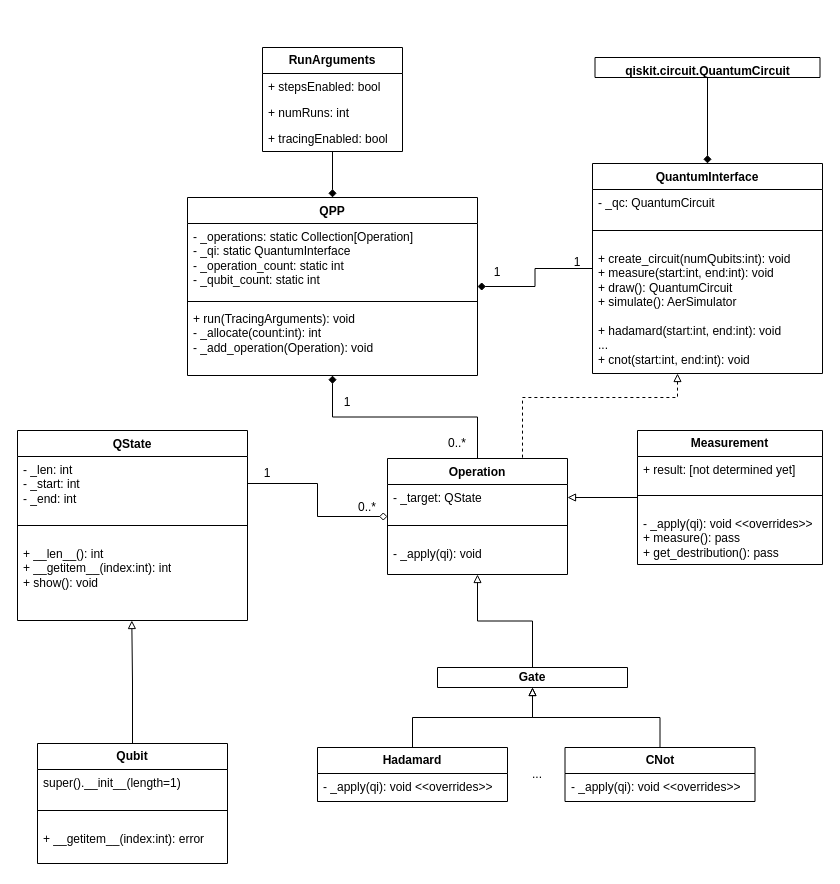
This is uml.drawio from LejoLevan/qleap, a draw.io file, before an edit. Source tidied: cells renumbered, new cells numbered last; positions are measured from the earlier drawing's top-left corner, leaving out a move shared by most shapes. Both pictures are drawn from the tidied source at 100%, with x=0, y=0 at pixel (17, 47).
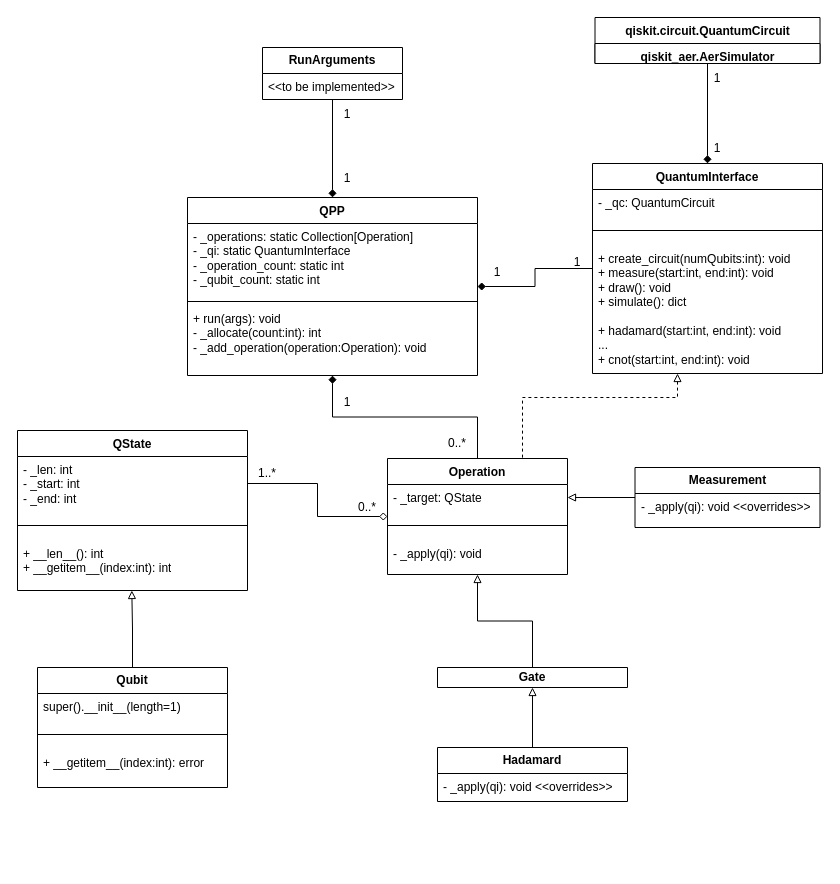
After the change.

Commit message:
adapted uml to match latest running code

Unchanged cells that the change refers to:
```xml
<mxCell id="18" value="QPP" style="swimlane;fontStyle=1;align=center;verticalAlign=top;horizontal=1;startSize=26;whiteSpace=wrap;html=1;" parent="1" vertex="1">
  <mxGeometry x="170" y="150" width="290" height="178" as="geometry" />
</mxCell>
<mxCell id="35" value="QuantumInterface" style="swimlane;fontStyle=1;align=center;verticalAlign=top;horizontal=1;startSize=26;whiteSpace=wrap;html=1;" parent="1" vertex="1">
  <mxGeometry x="575" y="116" width="230" height="210" as="geometry" />
</mxCell>
<mxCell id="44" value="&lt;b&gt;Gate&lt;/b&gt;" style="swimlane;fontStyle=0;horizontal=1;startSize=26;fillColor=none;whiteSpace=wrap;html=1;" parent="1" vertex="1">
  <mxGeometry x="420" y="620" width="190" height="20" as="geometry" />
</mxCell>
```

What changed in the source:
```diff
@@
     <mxCell id="2" value="QState" style="swimlane;fontStyle=1;align=center;verticalAlign=top;horizontal=1;startSize=26;whiteSpace=wrap;html=1;" parent="1" vertex="1">
-      <mxGeometry y="383" width="230" height="190" as="geometry" />
+      <mxGeometry y="383" width="230" height="160" as="geometry" />
     </mxCell>
@@
-    <mxCell id="5" value="&lt;div&gt;+ __len__(): int&lt;/div&gt;&lt;div&gt;+ __getitem__(index:int): int&lt;/div&gt;&lt;div&gt;+ show(): void&lt;/div&gt;" style="text;strokeColor=none;fillColor=none;align=left;verticalAlign=top;spacingLeft=4;spacingRight=4;overflow=hidden;points=[[0,0.5],[1,0.5]];portConstraint=eastwest;whiteSpace=wrap;html=1;" parent="2" vertex="1">
-      <mxGeometry y="110" width="230" height="80" as="geometry" />
+    <mxCell id="5" value="&lt;div&gt;+ __len__(): int&lt;/div&gt;&lt;div&gt;+ __getitem__(index:int): int&lt;/div&gt;" style="text;strokeColor=none;fillColor=none;align=left;verticalAlign=top;spacingLeft=4;spacingRight=4;overflow=hidden;points=[[0,0.5],[1,0.5]];portConstraint=eastwest;whiteSpace=wrap;html=1;" parent="2" vertex="1">
+      <mxGeometry y="110" width="230" height="50" as="geometry" />
     </mxCell>
@@
     <mxCell id="12" value="&lt;b&gt;Qubit&lt;/b&gt;" style="swimlane;fontStyle=0;horizontal=1;startSize=26;fillColor=none;whiteSpace=wrap;html=1;" parent="1" vertex="1">
-      <mxGeometry x="20" y="696" width="190" height="120" as="geometry" />
+      <mxGeometry x="20" y="620" width="190" height="120" as="geometry" />
     </mxCell>
@@
-    <mxCell id="21" value="+ run(TracingArguments): void&lt;div&gt;- _allocate(count:int): int&lt;/div&gt;&lt;div&gt;-&amp;nbsp;_add_operation(Operation): void&lt;/div&gt;" style="text;strokeColor=none;fillColor=none;align=left;verticalAlign=top;spacingLeft=4;spacingRight=4;overflow=hidden;whiteSpace=wrap;html=1;" parent="18" vertex="1">
+    <mxCell id="21" value="+ run(args): void&lt;div&gt;- _allocate(count:int): int&lt;/div&gt;&lt;div&gt;-&amp;nbsp;_add_operation(operation:Operation): void&lt;/div&gt;" style="text;strokeColor=none;fillColor=none;align=left;verticalAlign=top;spacingLeft=4;spacingRight=4;overflow=hidden;whiteSpace=wrap;html=1;" parent="18" vertex="1">
       <mxGeometry y="108" width="290" height="70" as="geometry" />
     </mxCell>
-    <mxCell id="22" value="&lt;b&gt;CNot&lt;/b&gt;" style="swimlane;fontStyle=0;horizontal=1;startSize=26;fillColor=none;whiteSpace=wrap;html=1;" parent="1" vertex="1">
-      <mxGeometry x="547.5" y="700" width="190" height="54" as="geometry" />
-    </mxCell>
-    <mxCell id="23" value="- _apply(qi): void &amp;lt;&amp;lt;overrides&amp;gt;&amp;gt;" style="text;strokeColor=none;fillColor=none;align=left;verticalAlign=top;spacingLeft=4;spacingRight=4;overflow=hidden;whiteSpace=wrap;html=1;" parent="22" vertex="1">
-      <mxGeometry y="26" width="190" height="28" as="geometry" />
-    </mxCell>
@@
     <mxCell id="25" value="&lt;b&gt;RunArguments&lt;/b&gt;" style="swimlane;fontStyle=0;horizontal=1;startSize=26;fillColor=none;whiteSpace=wrap;html=1;" parent="1" vertex="1">
-      <mxGeometry x="245" width="140" height="104" as="geometry" />
+      <mxGeometry x="245" width="140" height="52" as="geometry" />
     </mxCell>
-    <mxCell id="26" value="+ stepsEnabled: bool" style="text;strokeColor=none;fillColor=none;align=left;verticalAlign=top;spacingLeft=4;spacingRight=4;overflow=hidden;whiteSpace=wrap;html=1;" parent="25" vertex="1">
+    <mxCell id="26" value="&amp;lt;&amp;lt;to be implemented&amp;gt;&amp;gt;" style="text;strokeColor=none;fillColor=none;align=left;verticalAlign=top;spacingLeft=4;spacingRight=4;overflow=hidden;whiteSpace=wrap;html=1;" parent="25" vertex="1">
       <mxGeometry y="26" width="140" height="26" as="geometry" />
     </mxCell>
-    <mxCell id="27" value="+ numRuns: int" style="text;strokeColor=none;fillColor=none;align=left;verticalAlign=top;spacingLeft=4;spacingRight=4;overflow=hidden;whiteSpace=wrap;html=1;" parent="25" vertex="1">
-      <mxGeometry y="52" width="140" height="26" as="geometry" />
-    </mxCell>
-    <mxCell id="28" value="+ tracingEnabled: bool" style="text;strokeColor=none;fillColor=none;align=left;verticalAlign=top;spacingLeft=4;spacingRight=4;overflow=hidden;whiteSpace=wrap;html=1;" parent="25" vertex="1">
-      <mxGeometry y="78" width="140" height="26" as="geometry" />
-    </mxCell>
@@
     <mxCell id="30" value="&lt;b&gt;Measurement&lt;/b&gt;" style="swimlane;fontStyle=0;horizontal=1;startSize=26;fillColor=none;whiteSpace=wrap;html=1;" parent="1" vertex="1">
-      <mxGeometry x="620" y="383" width="185" height="134" as="geometry" />
+      <mxGeometry x="617.5" y="420" width="185" height="60" as="geometry" />
     </mxCell>
-    <mxCell id="31" value="+ result: [not determined yet]" style="text;strokeColor=none;fillColor=none;align=left;verticalAlign=top;spacingLeft=4;spacingRight=4;overflow=hidden;whiteSpace=wrap;html=1;" parent="30" vertex="1">
-      <mxGeometry y="26" width="185" height="24" as="geometry" />
-    </mxCell>
-    <mxCell id="32" style="line;strokeWidth=1;fillColor=none;align=left;verticalAlign=middle;spacingTop=-1;spacingLeft=3;spacingRight=3;labelPosition=right;strokeColor=inherit;" parent="30" vertex="1">
-      <mxGeometry y="50" width="185" height="30" as="geometry" />
-    </mxCell>
-    <mxCell id="33" value="- _apply(qi): void &amp;lt;&amp;lt;overrides&amp;gt;&amp;gt;&lt;div&gt;+ measure(): pass&lt;/div&gt;&lt;div&gt;+ get_destribution(): pass&lt;/div&gt;" style="text;strokeColor=none;fillColor=none;align=left;verticalAlign=top;spacingLeft=4;spacingRight=4;overflow=hidden;whiteSpace=wrap;html=1;" parent="30" vertex="1">
-      <mxGeometry y="80" width="185" height="54" as="geometry" />
+    <mxCell id="33" value="- _apply(qi): void &amp;lt;&amp;lt;overrides&amp;gt;&amp;gt;&lt;div&gt;&lt;br&gt;&lt;/div&gt;" style="text;strokeColor=none;fillColor=none;align=left;verticalAlign=top;spacingLeft=4;spacingRight=4;overflow=hidden;whiteSpace=wrap;html=1;" parent="30" vertex="1">
+      <mxGeometry y="26" width="185" height="34" as="geometry" />
     </mxCell>
@@
-    <mxCell id="38" value="&lt;div&gt;+ create_circuit(numQubits:int): void&lt;/div&gt;&lt;div&gt;+ measure(start:int, end:int): void&lt;/div&gt;&lt;div&gt;+ draw(): QuantumCircuit&lt;/div&gt;&lt;div&gt;+ simulate(): AerSimulator&lt;/div&gt;&lt;div&gt;&lt;br&gt;&lt;/div&gt;+ hadamard(start:int, end:int): void&lt;div&gt;...&lt;/div&gt;&lt;div&gt;+ cnot(&lt;span style=&quot;background-color: transparent; color: light-dark(rgb(0, 0, 0), rgb(255, 255, 255));&quot;&gt;start:int, end:int&lt;/span&gt;&lt;span style=&quot;background-color: transparent; color: light-dark(rgb(0, 0, 0), rgb(255, 255, 255));&quot;&gt;): void&lt;/span&gt;&lt;/div&gt;&lt;div&gt;&lt;br&gt;&lt;/div&gt;" style="text;strokeColor=none;fillColor=none;align=left;verticalAlign=top;spacingLeft=4;spacingRight=4;overflow=hidden;whiteSpace=wrap;html=1;" parent="35" vertex="1">
+    <mxCell id="38" value="&lt;div&gt;+ create_circuit(numQubits:int): void&lt;/div&gt;&lt;div&gt;+ measure(start:int, end:int): void&lt;/div&gt;&lt;div&gt;+ draw(): void&lt;/div&gt;&lt;div&gt;+ simulate(): dict&lt;/div&gt;&lt;div&gt;&lt;br&gt;&lt;/div&gt;+ hadamard(start:int, end:int): void&lt;div&gt;...&lt;/div&gt;&lt;div&gt;+ cnot(&lt;span style=&quot;background-color: transparent; color: light-dark(rgb(0, 0, 0), rgb(255, 255, 255));&quot;&gt;start:int, end:int&lt;/span&gt;&lt;span style=&quot;background-color: transparent; color: light-dark(rgb(0, 0, 0), rgb(255, 255, 255));&quot;&gt;): void&lt;/span&gt;&lt;/div&gt;&lt;div&gt;&lt;br&gt;&lt;/div&gt;" style="text;strokeColor=none;fillColor=none;align=left;verticalAlign=top;spacingLeft=4;spacingRight=4;overflow=hidden;whiteSpace=wrap;html=1;" parent="35" vertex="1">
       <mxGeometry y="82" width="230" height="128" as="geometry" />
     </mxCell>
@@
     <mxCell id="40" value="qiskit.circuit.QuantumCircuit" style="swimlane;fontStyle=1;align=center;verticalAlign=top;horizontal=1;startSize=26;whiteSpace=wrap;html=1;" parent="1" vertex="1">
-      <mxGeometry x="577.5" y="10" width="225" height="20" as="geometry" />
+      <mxGeometry x="577.5" y="-30" width="225" height="46" as="geometry" />
     </mxCell>
+    <mxCell id="54" value="qiskit_aer.AerSimulator" style="swimlane;fontStyle=1;align=center;verticalAlign=top;horizontal=1;startSize=26;whiteSpace=wrap;html=1;" parent="40" vertex="1">
+      <mxGeometry y="26" width="225" height="20" as="geometry" />
+    </mxCell>
@@
-    <mxCell id="43" style="edgeStyle=orthogonalEdgeStyle;rounded=0;jettySize=auto;html=1;entryX=0.5;entryY=0;entryDx=0;entryDy=0;startArrow=block;startFill=0;endArrow=none;endFill=0;" parent="1" edge="1" source="44" target="22">
-      <mxGeometry relative="1" as="geometry" />
-    </mxCell>
@@
     <mxCell id="45" value="&lt;b&gt;Hadamard&lt;/b&gt;" style="swimlane;fontStyle=0;horizontal=1;startSize=26;fillColor=none;whiteSpace=wrap;html=1;" parent="1" vertex="1">
-      <mxGeometry x="300" y="700" width="190" height="54" as="geometry" />
+      <mxGeometry x="420" y="700" width="190" height="54" as="geometry" />
     </mxCell>
@@
-    <mxCell id="47" value="..." style="text;html=1;whiteSpace=wrap;strokeColor=none;fillColor=none;align=center;verticalAlign=middle;rounded=0;" parent="1" vertex="1">
-      <mxGeometry x="490" y="712" width="60" height="30" as="geometry" />
-    </mxCell>
-    <mxCell id="48" value="1" style="text;html=1;whiteSpace=wrap;strokeColor=none;fillColor=none;align=center;verticalAlign=middle;rounded=0;" parent="1" vertex="1">
+    <mxCell id="48" value="1..*" style="text;html=1;whiteSpace=wrap;strokeColor=none;fillColor=none;align=center;verticalAlign=middle;rounded=0;" parent="1" vertex="1">
       <mxGeometry x="220" y="411" width="60" height="30" as="geometry" />
     </mxCell>
@@
+    <mxCell id="55" value="1" style="text;html=1;whiteSpace=wrap;strokeColor=none;fillColor=none;align=center;verticalAlign=middle;rounded=0;" parent="1" vertex="1">
+      <mxGeometry x="670" y="16" width="60" height="30" as="geometry" />
+    </mxCell>
+    <mxCell id="56" value="1" style="text;html=1;whiteSpace=wrap;strokeColor=none;fillColor=none;align=center;verticalAlign=middle;rounded=0;" parent="1" vertex="1">
+      <mxGeometry x="670" y="86" width="60" height="30" as="geometry" />
+    </mxCell>
+    <mxCell id="57" value="1" style="text;html=1;whiteSpace=wrap;strokeColor=none;fillColor=none;align=center;verticalAlign=middle;rounded=0;" parent="1" vertex="1">
+      <mxGeometry x="300" y="52" width="60" height="30" as="geometry" />
+    </mxCell>
+    <mxCell id="58" value="1" style="text;html=1;whiteSpace=wrap;strokeColor=none;fillColor=none;align=center;verticalAlign=middle;rounded=0;" parent="1" vertex="1">
+      <mxGeometry x="300" y="116" width="60" height="30" as="geometry" />
+    </mxCell>
```
